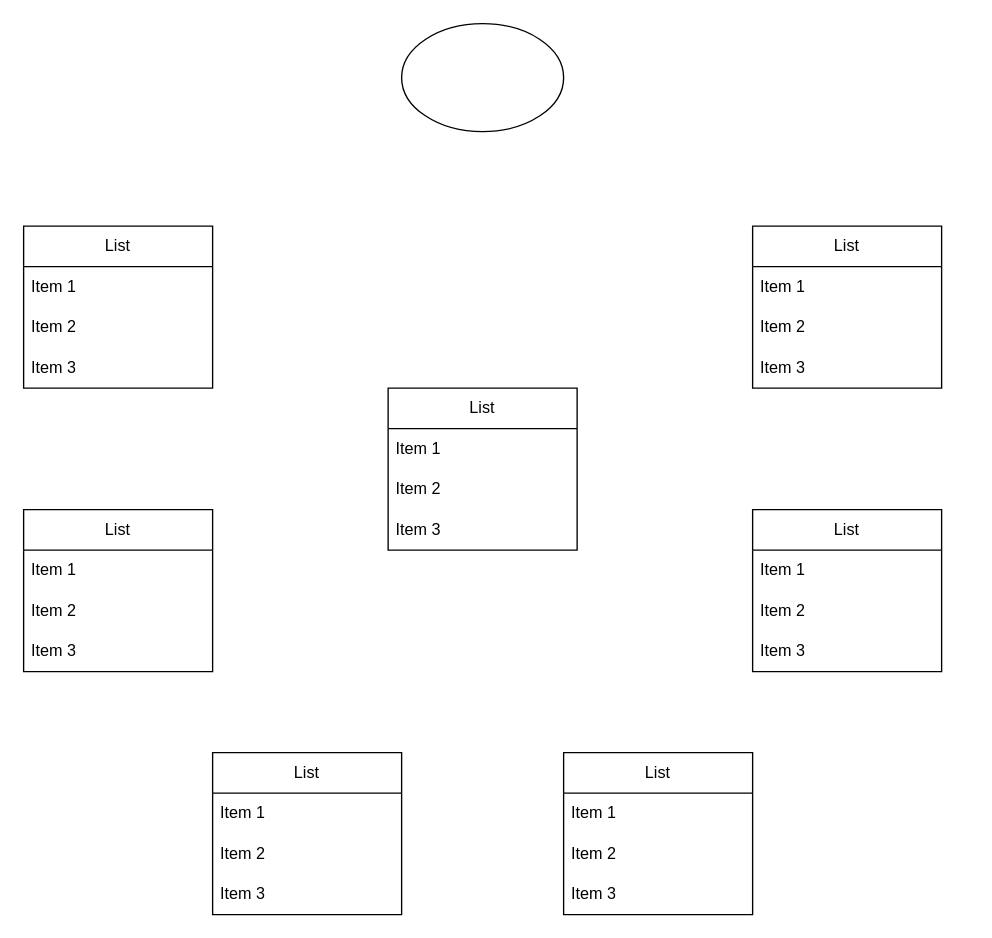
Before: doc/Probe State Machine.drawio in ColPaulR/GRBL-USB-CNC-Pendant, a draw.io diagram. Source tidied: cells renumbered, new cells numbered last; positions are measured from the earlier drawing's top-left corner, leaving out a move shared by most shapes. Both pictures are drawn from the tidied source at 135%, with x=0, y=0 at pixel (23, 23).
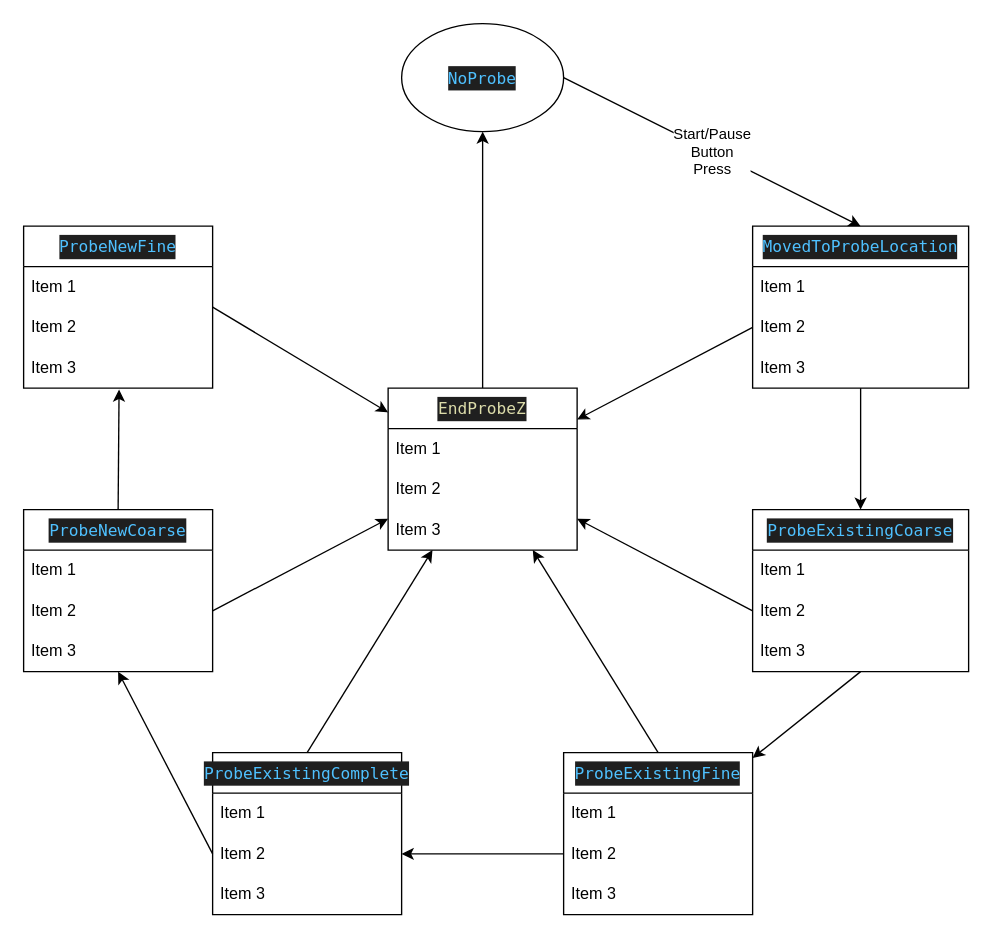
The same diagram, later.

Commit message (it also covers changes not shown here):
Drafted DrawIO Probe State Machine

Unchanged cells that the change refers to:
```xml
<mxCell id="13" value="Item 2" style="text;strokeColor=none;fillColor=none;align=left;verticalAlign=middle;spacingLeft=4;spacingRight=4;overflow=hidden;points=[[0,0.5],[1,0.5]];portConstraint=eastwest;whiteSpace=wrap;html=1;" parent="11" vertex="1">
  <mxGeometry y="60" width="140" height="30" as="geometry" />
</mxCell>
<mxCell id="17" value="Item 2" style="text;strokeColor=none;fillColor=none;align=left;verticalAlign=middle;spacingLeft=4;spacingRight=4;overflow=hidden;points=[[0,0.5],[1,0.5]];portConstraint=eastwest;whiteSpace=wrap;html=1;" parent="15" vertex="1">
  <mxGeometry y="60" width="140" height="30" as="geometry" />
</mxCell>
<mxCell id="21" value="Item 2" style="text;strokeColor=none;fillColor=none;align=left;verticalAlign=middle;spacingLeft=4;spacingRight=4;overflow=hidden;points=[[0,0.5],[1,0.5]];portConstraint=eastwest;whiteSpace=wrap;html=1;" parent="19" vertex="1">
  <mxGeometry y="60" width="140" height="30" as="geometry" />
</mxCell>
<mxCell id="22" value="Item 3" style="text;strokeColor=none;fillColor=none;align=left;verticalAlign=middle;spacingLeft=4;spacingRight=4;overflow=hidden;points=[[0,0.5],[1,0.5]];portConstraint=eastwest;whiteSpace=wrap;html=1;" parent="19" vertex="1">
  <mxGeometry y="90" width="140" height="30" as="geometry" />
</mxCell>
<mxCell id="26" value="Item 3" style="text;strokeColor=none;fillColor=none;align=left;verticalAlign=middle;spacingLeft=4;spacingRight=4;overflow=hidden;points=[[0,0.5],[1,0.5]];portConstraint=eastwest;whiteSpace=wrap;html=1;" parent="23" vertex="1">
  <mxGeometry y="90" width="140" height="30" as="geometry" />
</mxCell>
```

Diff of the diagram source:
```diff
@@
+    <mxCell id="31" value="Start/Pause&lt;br&gt;Button&lt;br&gt;Press" style="edgeStyle=none;html=1;exitX=1;exitY=0.5;exitDx=0;exitDy=0;entryX=0.5;entryY=0;entryDx=0;entryDy=0;fontFamily=Helvetica;" parent="1" edge="1" source="2" target="3">
+      <mxGeometry relative="1" as="geometry" />
+    </mxCell>
-    <mxCell id="2" style="ellipse;whiteSpace=wrap;html=1;" parent="1" vertex="1">
+    <mxCell id="2" value="&lt;div style=&quot;color: rgb(204, 204, 204); background-color: rgb(31, 31, 31); font-family: Menlo, Monaco, &amp;quot;Courier New&amp;quot;, monospace; line-height: 18px;&quot;&gt;&lt;span style=&quot;color: #4fc1ff;&quot;&gt;NoProbe&lt;/span&gt;&lt;/div&gt;" style="ellipse;whiteSpace=wrap;html=1;fontFamily=Helvetica;" parent="1" vertex="1">
       <mxGeometry x="280" width="120" height="80" as="geometry" />
     </mxCell>
+    <mxCell id="32" style="edgeStyle=none;html=1;exitX=0.5;exitY=1;exitDx=0;exitDy=0;entryX=0.5;entryY=0;entryDx=0;entryDy=0;fontFamily=Helvetica;" parent="1" edge="1" source="3" target="7">
+      <mxGeometry relative="1" as="geometry" />
+    </mxCell>
-    <mxCell id="3" value="List" style="swimlane;fontStyle=0;horizontal=1;startSize=30;whiteSpace=wrap;html=1;" parent="1" vertex="1">
-      <mxGeometry x="540" y="150" width="140" height="120" as="geometry" />
+    <mxCell id="3" value="&lt;div style=&quot;color: rgb(204, 204, 204); background-color: rgb(31, 31, 31); font-family: Menlo, Monaco, &amp;quot;Courier New&amp;quot;, monospace; line-height: 18px;&quot;&gt;&lt;span style=&quot;color: #4fc1ff;&quot;&gt;MovedToProbeLocation&lt;/span&gt;&lt;/div&gt;" style="swimlane;fontStyle=0;horizontal=1;startSize=30;whiteSpace=wrap;html=1;" parent="1" vertex="1">
+      <mxGeometry x="540" y="150" width="160" height="120" as="geometry" />
     </mxCell>
     <mxCell id="4" value="Item 1" style="text;strokeColor=none;fillColor=none;align=left;verticalAlign=middle;spacingLeft=4;spacingRight=4;overflow=hidden;whiteSpace=wrap;html=1;" parent="3" vertex="1">
-      <mxGeometry y="30" width="140" height="30" as="geometry" />
+      <mxGeometry y="30" width="160" height="30" as="geometry" />
     </mxCell>
     <mxCell id="5" value="Item 2" style="text;strokeColor=none;fillColor=none;align=left;verticalAlign=middle;spacingLeft=4;spacingRight=4;overflow=hidden;points=[[0,0.5],[1,0.5]];portConstraint=eastwest;whiteSpace=wrap;html=1;" parent="3" vertex="1">
-      <mxGeometry y="60" width="140" height="30" as="geometry" />
+      <mxGeometry y="60" width="160" height="30" as="geometry" />
     </mxCell>
     <mxCell id="6" value="Item 3" style="text;strokeColor=none;fillColor=none;align=left;verticalAlign=middle;spacingLeft=4;spacingRight=4;overflow=hidden;whiteSpace=wrap;html=1;" parent="3" vertex="1">
-      <mxGeometry y="90" width="140" height="30" as="geometry" />
+      <mxGeometry y="90" width="160" height="30" as="geometry" />
     </mxCell>
+    <mxCell id="33" style="edgeStyle=none;html=1;exitX=0.5;exitY=1;exitDx=0;exitDy=0;fontFamily=Helvetica;" parent="1" edge="1" source="7" target="11">
+      <mxGeometry relative="1" as="geometry" />
+    </mxCell>
-    <mxCell id="7" value="List" style="swimlane;fontStyle=0;horizontal=1;startSize=30;whiteSpace=wrap;html=1;" parent="1" vertex="1">
-      <mxGeometry x="540" y="360" width="140" height="120" as="geometry" />
+    <mxCell id="7" value="&lt;div style=&quot;color: rgb(204, 204, 204); background-color: rgb(31, 31, 31); font-family: Menlo, Monaco, &amp;quot;Courier New&amp;quot;, monospace; font-weight: normal; font-size: 12px; line-height: 18px;&quot;&gt;&lt;div&gt;&lt;span style=&quot;color: #4fc1ff;&quot;&gt;ProbeExistingCoarse&lt;/span&gt;&lt;/div&gt;&lt;/div&gt;" style="swimlane;fontStyle=0;horizontal=1;startSize=30;whiteSpace=wrap;html=1;" parent="1" vertex="1">
+      <mxGeometry x="540" y="360" width="160" height="120" as="geometry" />
     </mxCell>
     <mxCell id="8" value="Item 1" style="text;strokeColor=none;fillColor=none;align=left;verticalAlign=middle;spacingLeft=4;spacingRight=4;overflow=hidden;whiteSpace=wrap;html=1;" parent="7" vertex="1">
-      <mxGeometry y="30" width="140" height="30" as="geometry" />
+      <mxGeometry y="30" width="160" height="30" as="geometry" />
     </mxCell>
     <mxCell id="9" value="Item 2" style="text;strokeColor=none;fillColor=none;align=left;verticalAlign=middle;spacingLeft=4;spacingRight=4;overflow=hidden;points=[[0,0.5],[1,0.5]];portConstraint=eastwest;whiteSpace=wrap;html=1;" parent="7" vertex="1">
-      <mxGeometry y="60" width="140" height="30" as="geometry" />
+      <mxGeometry y="60" width="160" height="30" as="geometry" />
     </mxCell>
     <mxCell id="10" value="Item 3" style="text;strokeColor=none;fillColor=none;align=left;verticalAlign=middle;spacingLeft=4;spacingRight=4;overflow=hidden;whiteSpace=wrap;html=1;" parent="7" vertex="1">
-      <mxGeometry y="90" width="140" height="30" as="geometry" />
+      <mxGeometry y="90" width="160" height="30" as="geometry" />
     </mxCell>
+    <mxCell id="34" style="edgeStyle=none;html=1;exitX=0.5;exitY=0;exitDx=0;exitDy=0;fontFamily=Helvetica;" parent="1" edge="1" source="11" target="27">
+      <mxGeometry relative="1" as="geometry" />
+    </mxCell>
-    <mxCell id="11" value="List" style="swimlane;fontStyle=0;horizontal=1;startSize=30;whiteSpace=wrap;html=1;" parent="1" vertex="1">
+    <mxCell id="11" value="&lt;div style=&quot;color: rgb(204, 204, 204); background-color: rgb(31, 31, 31); font-family: Menlo, Monaco, &amp;quot;Courier New&amp;quot;, monospace; line-height: 18px;&quot;&gt;&lt;span style=&quot;color: #4fc1ff;&quot;&gt;ProbeExistingFine&lt;/span&gt;&lt;/div&gt;" style="swimlane;fontStyle=0;horizontal=1;startSize=30;whiteSpace=wrap;html=1;" parent="1" vertex="1">
       <mxGeometry x="400" y="540" width="140" height="120" as="geometry" />
     </mxCell>
@@
+    <mxCell id="35" style="edgeStyle=none;html=1;exitX=0.5;exitY=0;exitDx=0;exitDy=0;fontFamily=Helvetica;" parent="1" edge="1" source="15" target="27">
+      <mxGeometry relative="1" as="geometry" />
+    </mxCell>
-    <mxCell id="15" value="List" style="swimlane;fontStyle=0;horizontal=1;startSize=30;whiteSpace=wrap;html=1;" parent="1" vertex="1">
+    <mxCell id="15" value="&lt;div style=&quot;color: rgb(204, 204, 204); background-color: rgb(31, 31, 31); font-family: Menlo, Monaco, &amp;quot;Courier New&amp;quot;, monospace; line-height: 18px;&quot;&gt;&lt;span style=&quot;color: #4fc1ff;&quot;&gt;ProbeExistingComplete&lt;/span&gt;&lt;/div&gt;" style="swimlane;fontStyle=0;horizontal=1;startSize=30;whiteSpace=wrap;html=1;" parent="1" vertex="1">
       <mxGeometry x="140" y="540" width="140" height="120" as="geometry" />
     </mxCell>
@@
+    <mxCell id="36" style="edgeStyle=none;html=1;exitX=0.5;exitY=0;exitDx=0;exitDy=0;entryX=0.505;entryY=1.033;entryDx=0;entryDy=0;entryPerimeter=0;fontFamily=Helvetica;" parent="1" edge="1" source="19" target="26">
+      <mxGeometry relative="1" as="geometry" />
+    </mxCell>
-    <mxCell id="19" value="List" style="swimlane;fontStyle=0;horizontal=1;startSize=30;whiteSpace=wrap;html=1;" parent="1" vertex="1">
+    <mxCell id="19" value="&lt;div style=&quot;color: rgb(204, 204, 204); background-color: rgb(31, 31, 31); font-family: Menlo, Monaco, &amp;quot;Courier New&amp;quot;, monospace; line-height: 18px;&quot;&gt;&lt;span style=&quot;color: #4fc1ff;&quot;&gt;ProbeNewCoarse&lt;/span&gt;&lt;/div&gt;" style="swimlane;fontStyle=0;horizontal=1;startSize=30;whiteSpace=wrap;html=1;" parent="1" vertex="1">
       <mxGeometry y="360" width="140" height="120" as="geometry" />
     </mxCell>
@@
+    <mxCell id="37" style="edgeStyle=none;html=1;exitX=1;exitY=0.5;exitDx=0;exitDy=0;fontFamily=Helvetica;" parent="1" edge="1" source="23" target="27">
+      <mxGeometry relative="1" as="geometry" />
+    </mxCell>
-    <mxCell id="23" value="List" style="swimlane;fontStyle=0;horizontal=1;startSize=30;whiteSpace=wrap;html=1;" parent="1" vertex="1">
+    <mxCell id="23" value="&lt;div style=&quot;color: rgb(204, 204, 204); background-color: rgb(31, 31, 31); font-family: Menlo, Monaco, &amp;quot;Courier New&amp;quot;, monospace; line-height: 18px;&quot;&gt;&lt;span style=&quot;color: #4fc1ff;&quot;&gt;ProbeNewFine&lt;/span&gt;&lt;/div&gt;" style="swimlane;fontStyle=0;horizontal=1;startSize=30;whiteSpace=wrap;html=1;" parent="1" vertex="1">
       <mxGeometry y="150" width="140" height="120" as="geometry" />
     </mxCell>
@@
+    <mxCell id="38" style="edgeStyle=none;html=1;exitX=0.5;exitY=0;exitDx=0;exitDy=0;fontFamily=Helvetica;" parent="1" edge="1" source="27" target="2">
+      <mxGeometry relative="1" as="geometry" />
+    </mxCell>
-    <mxCell id="27" value="List" style="swimlane;fontStyle=0;horizontal=1;startSize=30;whiteSpace=wrap;html=1;" parent="1" vertex="1">
+    <mxCell id="27" value="&lt;div style=&quot;color: rgb(204, 204, 204); background-color: rgb(31, 31, 31); font-family: Menlo, Monaco, &amp;quot;Courier New&amp;quot;, monospace; line-height: 18px;&quot;&gt;&lt;span style=&quot;color: #dcdcaa;&quot;&gt;EndProbeZ&lt;/span&gt;&lt;/div&gt;" style="swimlane;fontStyle=0;horizontal=1;startSize=30;whiteSpace=wrap;html=1;" parent="1" vertex="1">
       <mxGeometry x="270" y="270" width="140" height="120" as="geometry" />
     </mxCell>
@@
+    <mxCell id="39" style="edgeStyle=none;html=1;exitX=0;exitY=0.5;exitDx=0;exitDy=0;entryX=1;entryY=0.5;entryDx=0;entryDy=0;fontFamily=Helvetica;" parent="1" edge="1" source="13" target="17">
+      <mxGeometry relative="1" as="geometry" />
+    </mxCell>
+    <mxCell id="40" style="edgeStyle=none;html=1;exitX=0;exitY=0.5;exitDx=0;exitDy=0;entryX=0.5;entryY=1;entryDx=0;entryDy=0;entryPerimeter=0;fontFamily=Helvetica;" parent="1" edge="1" source="17" target="22">
+      <mxGeometry relative="1" as="geometry" />
+    </mxCell>
+    <mxCell id="41" style="edgeStyle=none;html=1;exitX=1;exitY=0.5;exitDx=0;exitDy=0;fontFamily=Helvetica;" parent="1" edge="1" source="21" target="27">
+      <mxGeometry relative="1" as="geometry" />
+    </mxCell>
+    <mxCell id="42" style="edgeStyle=none;html=1;exitX=0;exitY=0.5;exitDx=0;exitDy=0;fontFamily=Helvetica;" parent="1" edge="1" source="9" target="27">
+      <mxGeometry relative="1" as="geometry" />
+    </mxCell>
+    <mxCell id="43" style="edgeStyle=none;html=1;exitX=0;exitY=0.5;exitDx=0;exitDy=0;fontFamily=Helvetica;" parent="1" edge="1" source="5" target="27">
+      <mxGeometry relative="1" as="geometry" />
+    </mxCell>
```
